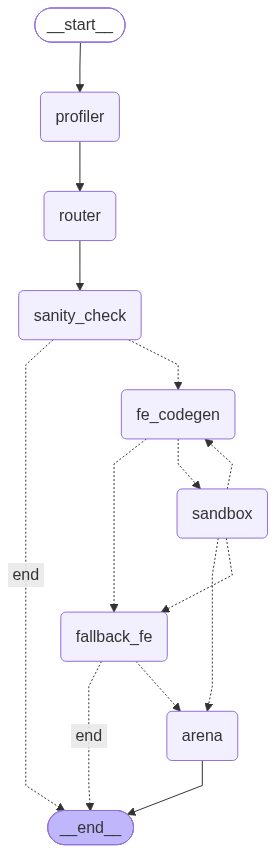
The Mermaid diagram docs/graph.png in mohit-0907/auto-ds-agent, before a commit. Its source is kept beside it as docs/graph.mmd.
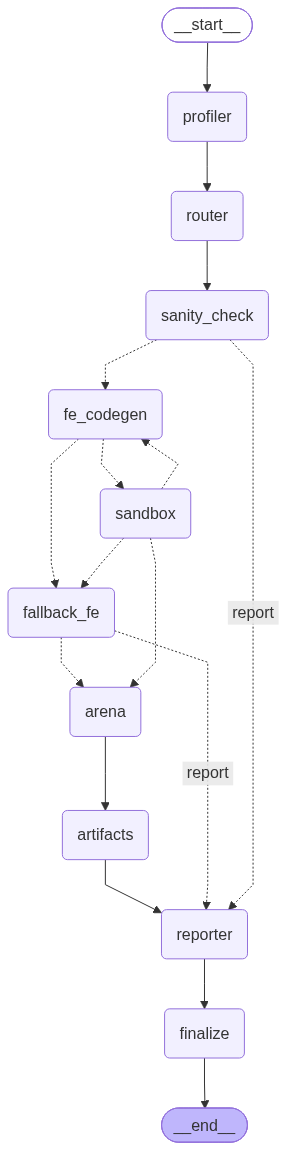
Later version of the same file.

Commit message:
Add autods CLI and route every run through reporter and finalize

Diff of the diagram source:
```diff
@@ -12,20 +12,26 @@
 	sandbox(sandbox)
 	fallback_fe(fallback_fe)
 	arena(arena)
+	artifacts(artifacts)
+	reporter(reporter)
+	finalize(finalize)
 	__end__([<p>__end__</p>]):::last
 	__start__ --> profiler;
-	fallback_fe -. &nbsp;end&nbsp; .-> __end__;
+	arena --> artifacts;
+	artifacts --> reporter;
 	fallback_fe -.-> arena;
+	fallback_fe -. &nbsp;report&nbsp; .-> reporter;
 	fe_codegen -.-> fallback_fe;
 	fe_codegen -.-> sandbox;
 	profiler --> router;
+	reporter --> finalize;
 	router --> sanity_check;
 	sandbox -.-> arena;
 	sandbox -.-> fallback_fe;
 	sandbox -.-> fe_codegen;
-	sanity_check -. &nbsp;end&nbsp; .-> __end__;
 	sanity_check -.-> fe_codegen;
-	arena --> __end__;
+	sanity_check -. &nbsp;report&nbsp; .-> reporter;
+	finalize --> __end__;
 	classDef default fill:#f2f0ff,line-height:1.2
 	classDef first fill-opacity:0
 	classDef last fill:#bfb6fc
```
